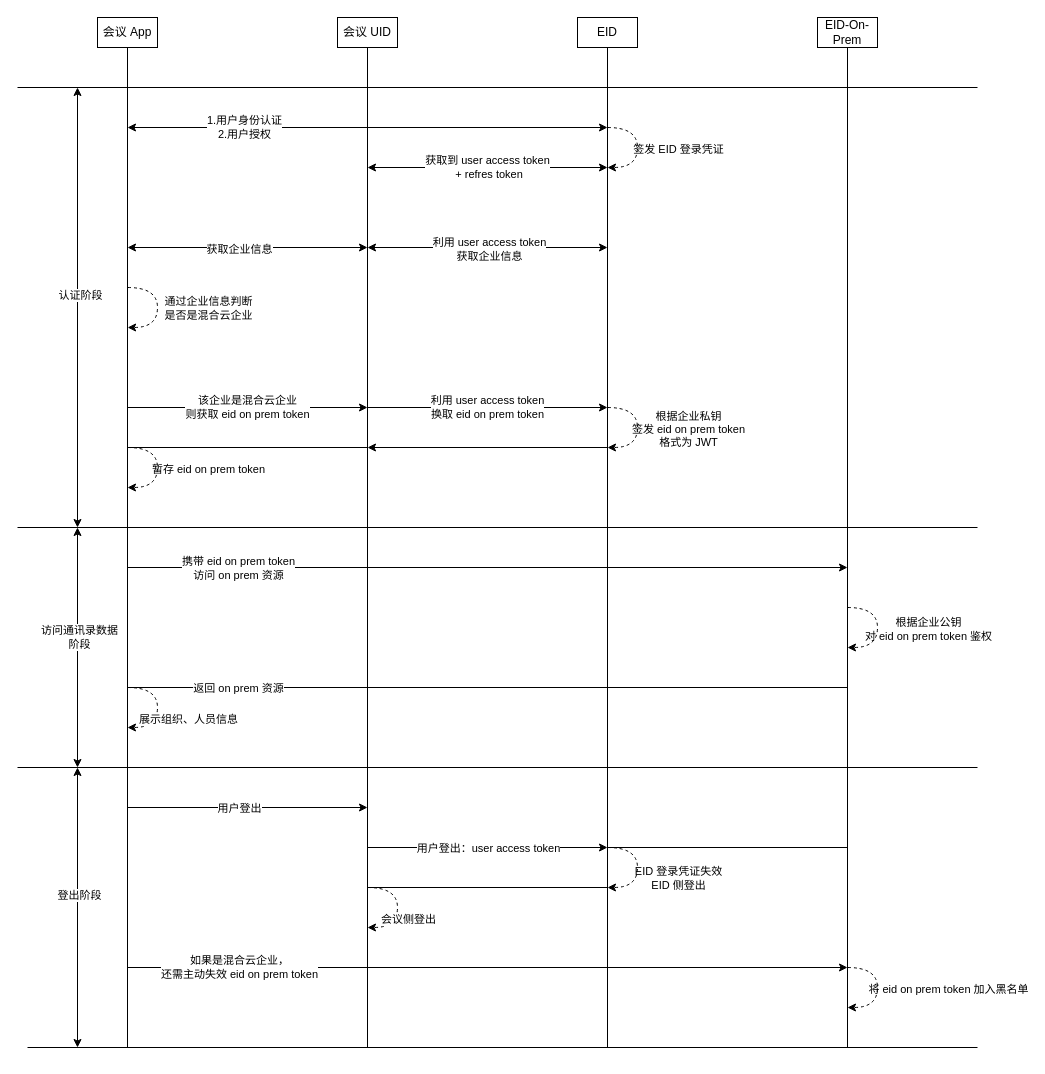
Earlier version of the draw.io diagram homework/src/main/resources/混合云认证数据流转.drawio (YufuMxl/geek_java_practise). Source tidied: cells renumbered, new cells numbered last; positions are measured from the earlier drawing's top-left corner, leaving out a move shared by most shapes. Both pictures are drawn from the tidied source at 100%, with x=0, y=0 at pixel (17, 17).
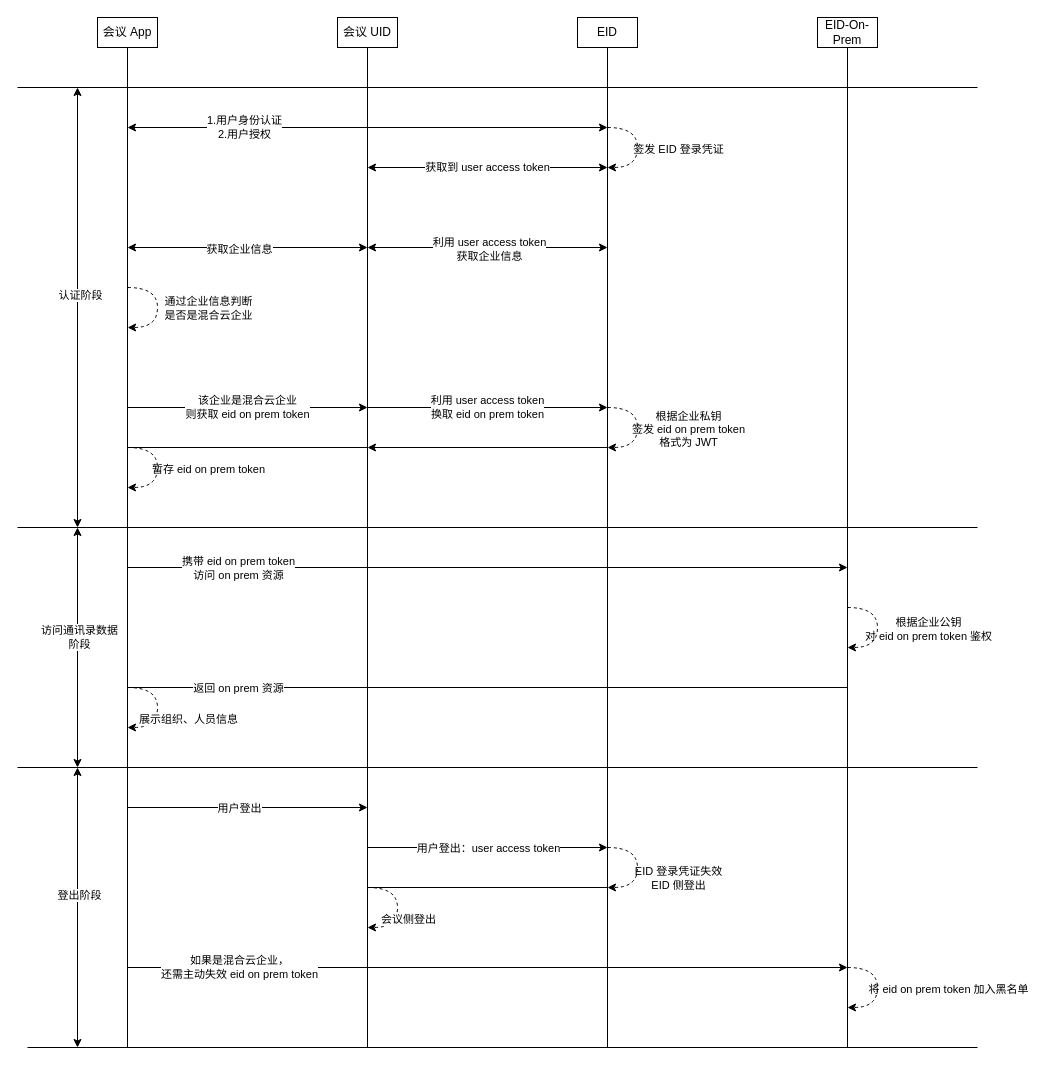
The same diagram, later.

Commit message:
更新混合云认证数据流转.drawio

Change to the diagram source:
```diff
@@
-    <mxCell id="41" style="endArrow=none;html=1;rounded=0;startArrow=none;startFill=0;endFill=0;" parent="1" edge="1">
-      <mxGeometry relative="1" as="geometry">
-        <mxPoint x="590" y="830" as="sourcePoint" />
-        <mxPoint x="830" y="830" as="targetPoint" />
-      </mxGeometry>
-    </mxCell>
@@
-    <mxCell id="60" value="&lt;div&gt;获取到 user access token&lt;/div&gt;&amp;nbsp;+ refres token" style="endArrow=classic;html=1;rounded=0;startArrow=classic;startFill=1;" parent="1" edge="1">
+    <mxCell id="60" value="&lt;div&gt;获取到 user access token&lt;/div&gt;" style="endArrow=classic;html=1;rounded=0;startArrow=classic;startFill=1;" parent="1" edge="1">
       <mxGeometry relative="1" as="geometry">
         <mxPoint x="350" y="150" as="sourcePoint" />
         <mxPoint x="590" y="150" as="targetPoint" />
       </mxGeometry>
     </mxCell>
```
